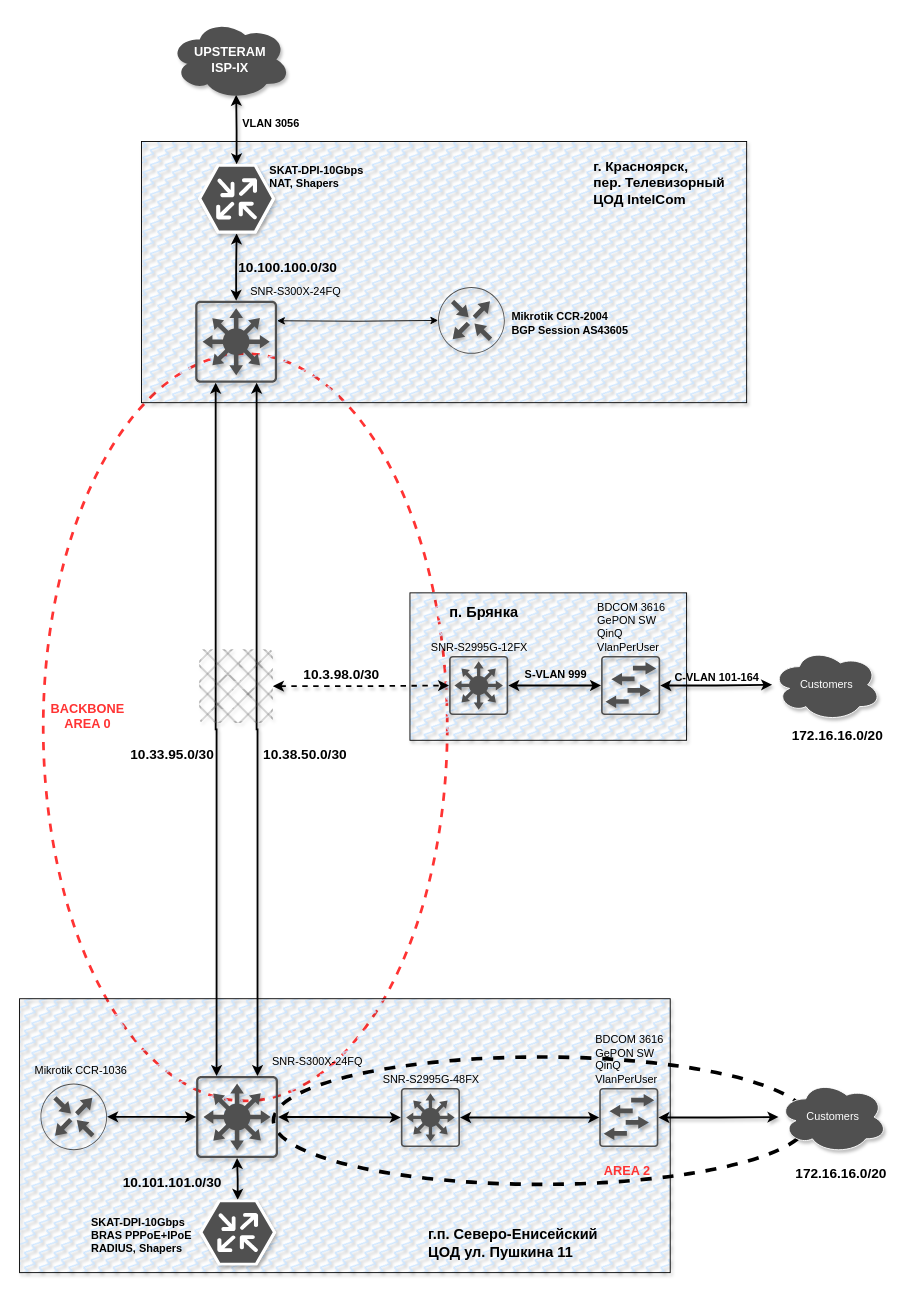
Before: page "L3" (3 of 3) of final_project/after_upgrade/L3_topology/L3_ isp_topology.drawio in bashkirov83/otus-gitnetwork, a draw.io diagram. Source tidied: cells renumbered, new cells numbered last; positions are measured from the earlier drawing's top-left corner, leaving out a move shared by most shapes. Both pictures are drawn from the tidied source at 91%, with x=0, y=0 at pixel (19, 20).
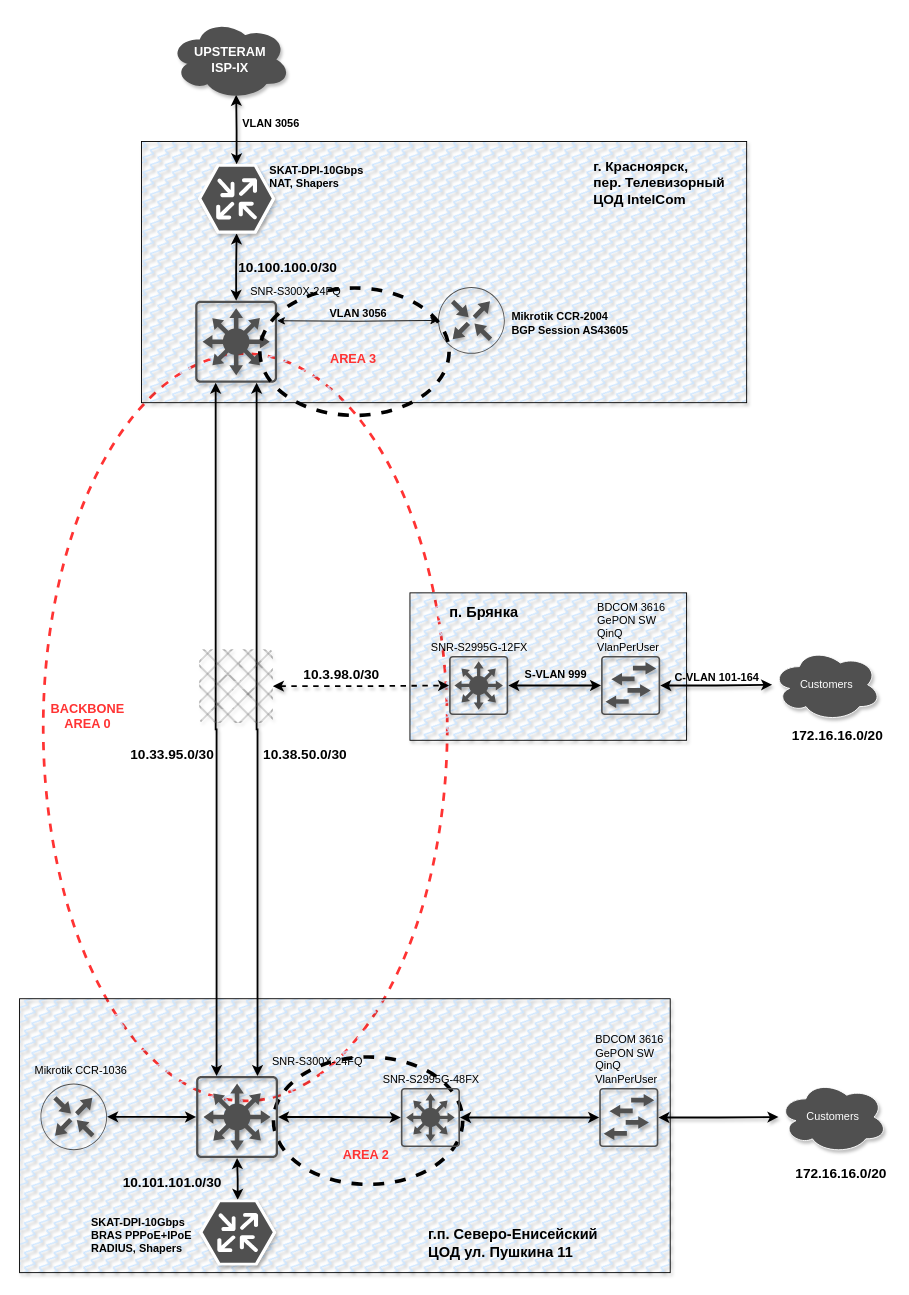
The same diagram, later.

Diff of the diagram source:
```diff
@@
     <mxCell id="4" style="ellipse;whiteSpace=wrap;html=1;strokeWidth=4;dashed=1;fillColor=none;" parent="1" vertex="1">
-      <mxGeometry x="279" y="1139" width="588" height="140" as="geometry" />
+      <mxGeometry x="279" y="1139" width="208" height="140" as="geometry" />
     </mxCell>
@@
     <mxCell id="48" value="&lt;div style=&quot;font-size: 14px;&quot;&gt;&lt;b style=&quot;&quot;&gt;&lt;font color=&quot;#ff3333&quot; style=&quot;font-size: 14px;&quot;&gt;AREA 2&lt;/font&gt;&lt;/b&gt;&lt;/div&gt;" style="text;html=1;align=center;verticalAlign=middle;whiteSpace=wrap;rounded=0;" parent="1" vertex="1">
-      <mxGeometry x="638" y="1249" width="60" height="30" as="geometry" />
+      <mxGeometry x="351" y="1232" width="60" height="30" as="geometry" />
     </mxCell>
@@
+    <mxCell id="56" value="&lt;b&gt;VLAN 3056&lt;/b&gt;" style="text;html=1;align=center;verticalAlign=middle;strokeColor=none;fillColor=none;" parent="1" vertex="1">
+      <mxGeometry x="331" y="308" width="82" height="27" as="geometry" />
+    </mxCell>
+    <mxCell id="57" style="ellipse;whiteSpace=wrap;html=1;strokeWidth=4;dashed=1;fillColor=none;" parent="1" vertex="1">
+      <mxGeometry x="264" y="294" width="208" height="140" as="geometry" />
+    </mxCell>
+    <mxCell id="58" value="&lt;div style=&quot;font-size: 14px;&quot;&gt;&lt;b style=&quot;&quot;&gt;&lt;font color=&quot;#ff3333&quot; style=&quot;font-size: 14px;&quot;&gt;AREA 3&lt;/font&gt;&lt;/b&gt;&lt;/div&gt;" style="text;html=1;align=center;verticalAlign=middle;whiteSpace=wrap;rounded=0;" parent="1" vertex="1">
+      <mxGeometry x="337" y="357" width="60" height="30" as="geometry" />
+    </mxCell>
```
